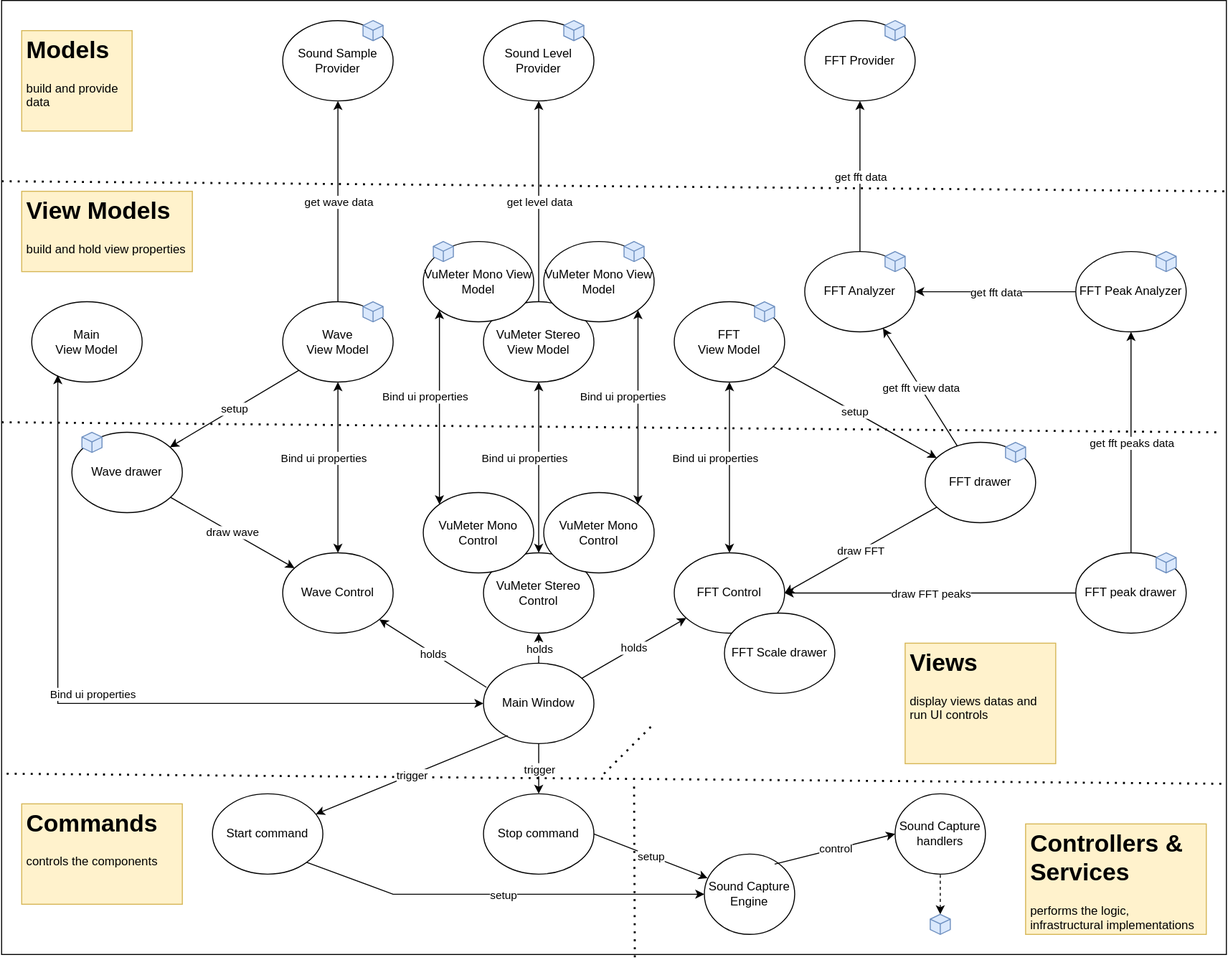
Before: Doc/components1.drawio.svg, a diagram exported from draw.io (franck-gaspoz/WindowsAudioSessionSample). Source tidied: cells renumbered, new cells last; positions are measured from the earlier drawing's top-left corner, leaving out a move shared by most shapes.
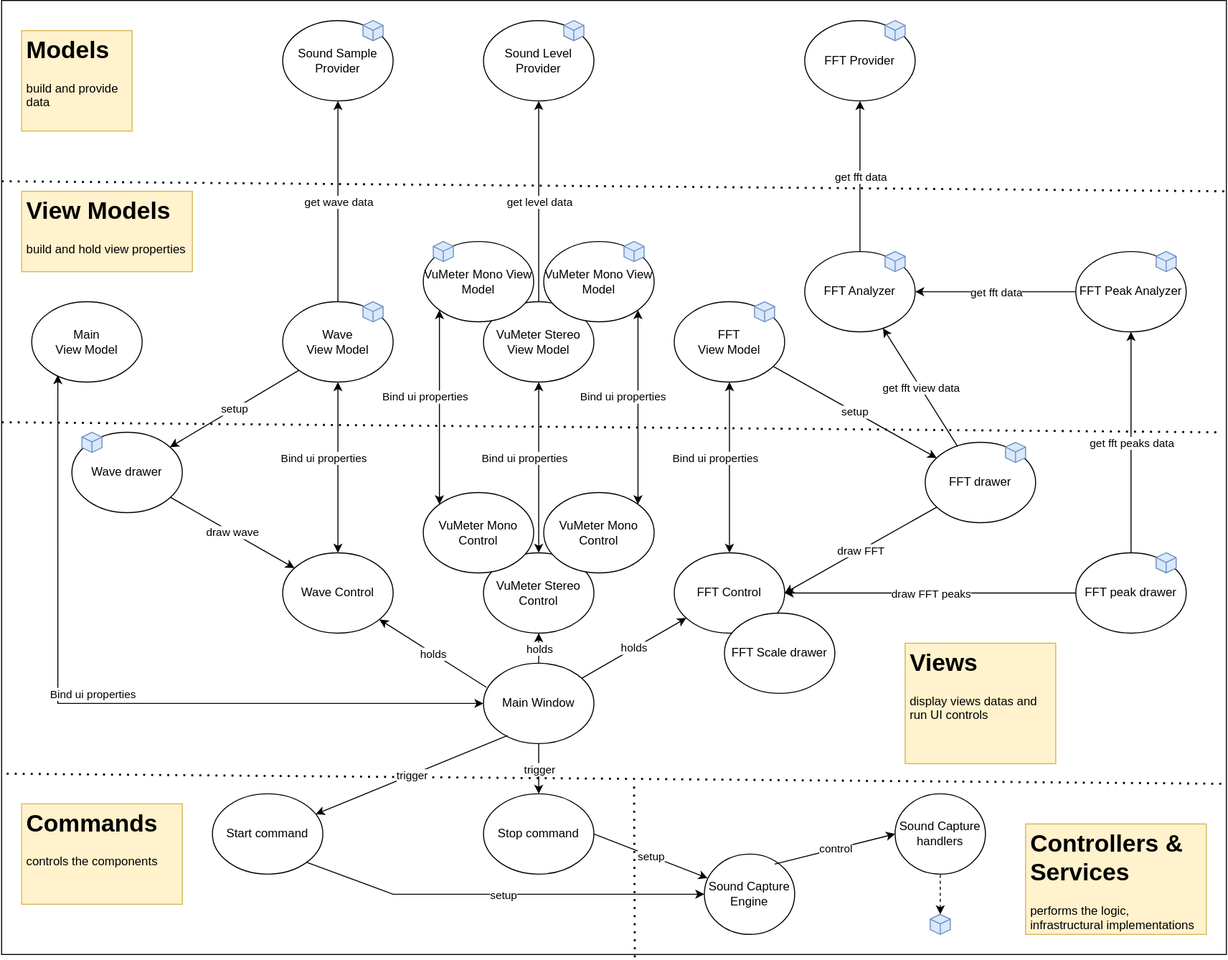
Later version of the same file.

What changed in the source:
```diff
@@ -330,12 +330,6 @@
     <mxCell id="99" style="whiteSpace=wrap;html=1;shape=mxgraph.basic.isocube;isoAngle=15;fillColor=#dae8fc;strokeColor=#6c8ebf;" parent="1" vertex="1">
       <mxGeometry x="925" y="910" width="20" height="20" as="geometry" />
     </mxCell>
-    <mxCell id="100" style="endArrow=none;dashed=1;html=1;dashPattern=1 3;strokeWidth=2;rounded=0;" parent="1" edge="1">
-      <mxGeometry relative="1" as="geometry">
-        <mxPoint x="600" y="770" as="sourcePoint" />
-        <mxPoint x="650" y="720" as="targetPoint" />
-      </mxGeometry>
-    </mxCell>
     <mxCell id="101" style="endArrow=none;dashed=1;html=1;rounded=0;exitX=0.5;exitY=0;exitDx=0;exitDy=0;exitPerimeter=0;endFill=0;startArrow=classic;startFill=1;" parent="1" edge="1" source="99" target="84">
       <mxGeometry relative="1" as="geometry" />
     </mxCell>
```
